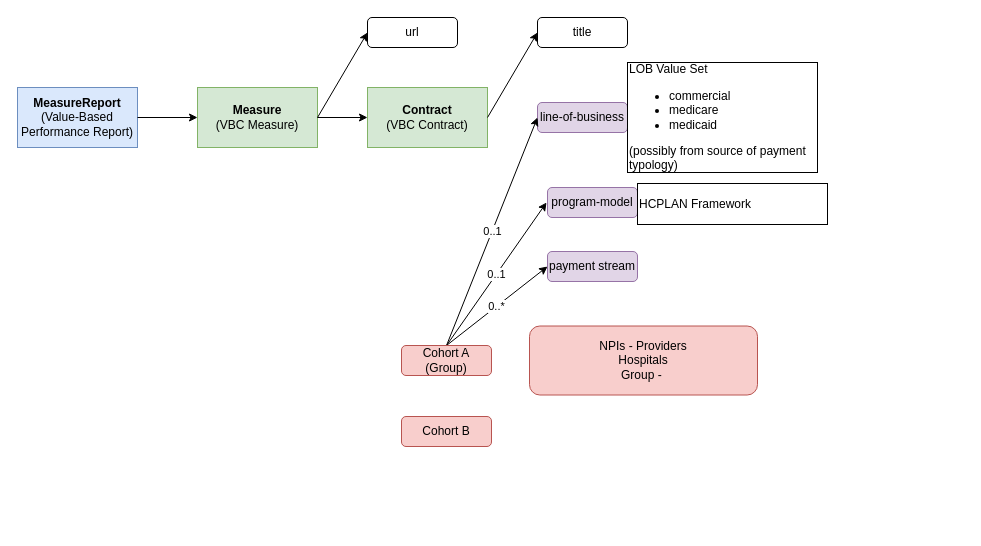
Before: page "VBPRMeasureReport-Measure-Contract" (4 of 14) of input/images/Source/vbpr.drawio in HL7/davinci-vbpr, a draw.io diagram. Source tidied: cells renumbered, new cells numbered last; positions are measured from the earlier drawing's top-left corner, leaving out a move shared by most shapes. Both pictures are drawn from the tidied source at 100%, with x=0, y=0 at pixel (17, 17).
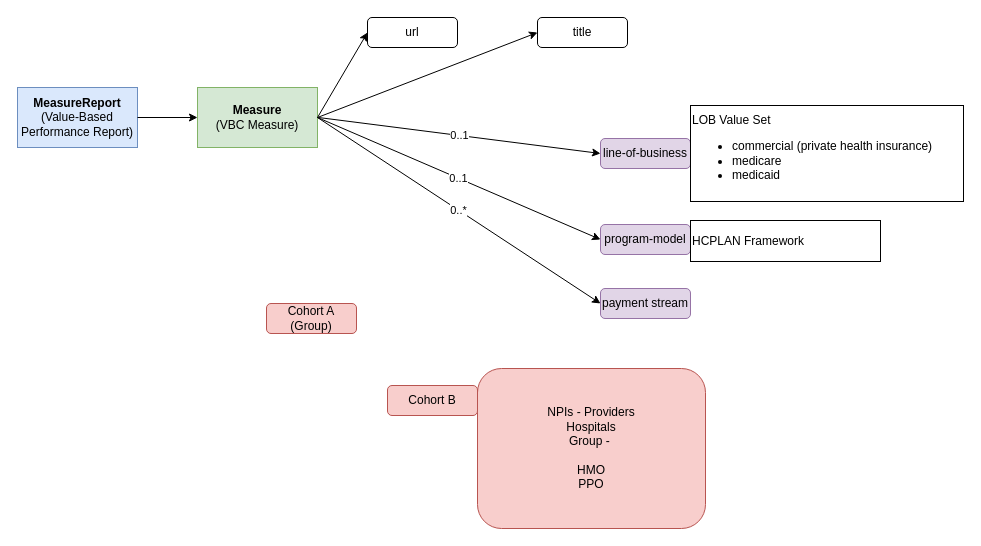
The same diagram, later.

Commit message (it also covers changes not shown here):
updated measureReport (stratum), removed contract

The change refers to these unchanged cells:
```xml
<mxCell id="2" value="&lt;b&gt;Measure&lt;/b&gt;&lt;br&gt;(VBC Measure)" style="rounded=0;whiteSpace=wrap;html=1;fillColor=#d5e8d4;strokeColor=#82b366;" parent="1" vertex="1">
  <mxGeometry x="180" y="70" width="120" height="60" as="geometry" />
</mxCell>
<mxCell id="8" value="title" style="rounded=1;whiteSpace=wrap;html=1;" parent="1" vertex="1">
  <mxGeometry x="520" width="90" height="30" as="geometry" />
</mxCell>
```

What changed in the source:
```diff
@@
-    <mxCell id="3" value="&lt;b&gt;Contract&lt;/b&gt;&lt;br&gt;(VBC Contract)" style="rounded=0;whiteSpace=wrap;html=1;fillColor=#d5e8d4;strokeColor=#82b366;" parent="1" vertex="1">
-      <mxGeometry x="350" y="70" width="120" height="60" as="geometry" />
-    </mxCell>
@@
-    <mxCell id="5" style="endArrow=classic;html=1;rounded=0;exitX=1;exitY=0.5;exitDx=0;exitDy=0;entryX=0;entryY=0.5;entryDx=0;entryDy=0;" parent="1" edge="1" source="2" target="3">
-      <mxGeometry relative="1" as="geometry" />
-    </mxCell>
@@
     <mxCell id="7" value="line-of-business" style="rounded=1;whiteSpace=wrap;html=1;fillColor=#e1d5e7;strokeColor=#9673a6;" parent="1" vertex="1">
-      <mxGeometry x="520" y="85" width="90" height="30" as="geometry" />
+      <mxGeometry x="583" y="121" width="90" height="30" as="geometry" />
     </mxCell>
@@
-    <mxCell id="9" value="LOB Value Set&lt;br&gt;&lt;blockquote style=&quot;margin: 0 0 0 40px; border: none; padding: 0px;&quot;&gt;&lt;/blockquote&gt;&lt;ul&gt;&lt;li&gt;commercial&lt;/li&gt;&lt;li&gt;medicare&amp;nbsp;&lt;/li&gt;&lt;li&gt;medicaid&amp;nbsp;&lt;/li&gt;&lt;/ul&gt;&lt;div&gt;(possibly from source of payment typology)&lt;/div&gt;&lt;blockquote style=&quot;margin: 0 0 0 40px; border: none; padding: 0px;&quot;&gt;&lt;/blockquote&gt;&lt;blockquote style=&quot;margin: 0 0 0 40px; border: none; padding: 0px;&quot;&gt;&lt;/blockquote&gt;&lt;blockquote style=&quot;margin: 0 0 0 40px; border: none; padding: 0px;&quot;&gt;&lt;/blockquote&gt;" style="rounded=0;whiteSpace=wrap;html=1;align=left;" parent="1" vertex="1">
-      <mxGeometry x="610" y="45" width="190" height="110" as="geometry" />
+    <mxCell id="9" value="LOB Value Set&lt;br&gt;&lt;blockquote style=&quot;margin: 0 0 0 40px; border: none; padding: 0px;&quot;&gt;&lt;/blockquote&gt;&lt;ul&gt;&lt;li&gt;commercial (private health insurance)&lt;/li&gt;&lt;li&gt;medicare&amp;nbsp;&lt;/li&gt;&lt;li&gt;medicaid&amp;nbsp;&lt;/li&gt;&lt;/ul&gt;&lt;blockquote style=&quot;margin: 0 0 0 40px; border: none; padding: 0px;&quot;&gt;&lt;/blockquote&gt;&lt;blockquote style=&quot;margin: 0 0 0 40px; border: none; padding: 0px;&quot;&gt;&lt;/blockquote&gt;&lt;blockquote style=&quot;margin: 0 0 0 40px; border: none; padding: 0px;&quot;&gt;&lt;/blockquote&gt;" style="rounded=0;whiteSpace=wrap;html=1;align=left;" parent="1" vertex="1">
+      <mxGeometry x="673" y="88" width="273" height="96" as="geometry" />
     </mxCell>
-    <mxCell id="10" style="endArrow=classic;html=1;rounded=0;exitX=1;exitY=0.5;exitDx=0;exitDy=0;entryX=0;entryY=0.5;entryDx=0;entryDy=0;" parent="1" edge="1" source="3" target="8">
+    <mxCell id="10" style="endArrow=classic;html=1;rounded=0;exitX=1;exitY=0.5;exitDx=0;exitDy=0;entryX=0;entryY=0.5;entryDx=0;entryDy=0;" parent="1" edge="1" source="2" target="8">
       <mxGeometry relative="1" as="geometry" />
     </mxCell>
-    <mxCell id="11" value="0..1" style="endArrow=classic;html=1;rounded=0;exitX=0.5;exitY=0;exitDx=0;exitDy=0;entryX=0;entryY=0.5;entryDx=0;entryDy=0;" parent="1" edge="1" source="21" target="7">
-      <mxGeometry relative="1" as="geometry" />
+    <mxCell id="11" value="0..1" style="endArrow=classic;html=1;rounded=0;entryX=0;entryY=0.5;entryDx=0;entryDy=0;" parent="1" edge="1" target="7">
+      <mxGeometry relative="1" as="geometry">
+        <mxPoint x="301" y="100" as="sourcePoint" />
+      </mxGeometry>
     </mxCell>
-    <mxCell id="12" style="endArrow=classic;html=1;rounded=0;exitX=1;exitY=0.5;exitDx=0;exitDy=0;entryX=0;entryY=0.5;entryDx=0;entryDy=0;" parent="1" edge="1" source="7" target="9">
-      <mxGeometry relative="1" as="geometry" />
-    </mxCell>
@@
     <mxCell id="14" value="payment stream" style="rounded=1;whiteSpace=wrap;html=1;fillColor=#e1d5e7;strokeColor=#9673a6;" parent="1" vertex="1">
-      <mxGeometry x="530" y="234" width="90" height="30" as="geometry" />
+      <mxGeometry x="583" y="271" width="90" height="30" as="geometry" />
     </mxCell>
-    <mxCell id="15" value="0..1" style="endArrow=classic;html=1;rounded=0;exitX=0.5;exitY=0;exitDx=0;exitDy=0;" parent="1" edge="1" source="21">
-      <mxGeometry relative="1" as="geometry">
-        <mxPoint x="529" y="185" as="targetPoint" />
-      </mxGeometry>
+    <mxCell id="15" value="0..1" style="endArrow=classic;html=1;rounded=0;entryX=0;entryY=0.5;entryDx=0;entryDy=0;exitX=1;exitY=0.5;exitDx=0;exitDy=0;" parent="1" edge="1" source="2" target="17">
+      <mxGeometry relative="1" as="geometry" />
     </mxCell>
@@
     <mxCell id="17" value="program-model" style="rounded=1;whiteSpace=wrap;html=1;fillColor=#e1d5e7;strokeColor=#9673a6;" parent="1" vertex="1">
-      <mxGeometry x="530" y="170" width="90" height="30" as="geometry" />
+      <mxGeometry x="583" y="207" width="90" height="30" as="geometry" />
     </mxCell>
-    <mxCell id="18" value="0..*" style="endArrow=classic;html=1;rounded=0;exitX=0.5;exitY=0;exitDx=0;exitDy=0;entryX=0;entryY=0.5;entryDx=0;entryDy=0;" parent="1" edge="1" source="21" target="14">
+    <mxCell id="18" value="0..*" style="endArrow=classic;html=1;rounded=0;exitX=1;exitY=0.5;exitDx=0;exitDy=0;entryX=0;entryY=0.5;entryDx=0;entryDy=0;" parent="1" edge="1" source="2" target="14">
       <mxGeometry relative="1" as="geometry" />
     </mxCell>
     <mxCell id="19" value="HCPLAN Framework&lt;br&gt;&lt;blockquote style=&quot;margin: 0 0 0 40px; border: none; padding: 0px;&quot;&gt;&lt;/blockquote&gt;&lt;blockquote style=&quot;margin: 0 0 0 40px; border: none; padding: 0px;&quot;&gt;&lt;/blockquote&gt;&lt;blockquote style=&quot;margin: 0 0 0 40px; border: none; padding: 0px;&quot;&gt;&lt;/blockquote&gt;" style="rounded=0;whiteSpace=wrap;html=1;align=left;" parent="1" vertex="1">
-      <mxGeometry x="620" y="166" width="190" height="41" as="geometry" />
+      <mxGeometry x="673" y="203" width="190" height="41" as="geometry" />
     </mxCell>
-    <mxCell id="20" value="NPIs - Providers&lt;br&gt;Hospitals&lt;br&gt;Group -&amp;nbsp;" style="rounded=1;whiteSpace=wrap;html=1;fillColor=#f8cecc;strokeColor=#b85450;" parent="1" vertex="1">
-      <mxGeometry x="512" y="308.5" width="228" height="69" as="geometry" />
+    <mxCell id="20" value="NPIs - Providers&lt;br&gt;Hospitals&lt;br&gt;Group -&amp;nbsp;&lt;br&gt;&lt;br&gt;HMO&lt;br&gt;PPO" style="rounded=1;whiteSpace=wrap;html=1;fillColor=#f8cecc;strokeColor=#b85450;" parent="1" vertex="1">
+      <mxGeometry x="460" y="351" width="228" height="160" as="geometry" />
     </mxCell>
+    <mxCell id="22" value="Cohort B" style="rounded=1;whiteSpace=wrap;html=1;fillColor=#f8cecc;strokeColor=#b85450;" parent="1" vertex="1">
+      <mxGeometry x="370" y="368" width="90" height="30" as="geometry" />
+    </mxCell>
     <mxCell id="21" value="Cohort A&lt;br&gt;(Group)" style="rounded=1;whiteSpace=wrap;html=1;fillColor=#f8cecc;strokeColor=#b85450;" parent="1" vertex="1">
-      <mxGeometry x="384" y="328" width="90" height="30" as="geometry" />
+      <mxGeometry x="249" y="286" width="90" height="30" as="geometry" />
     </mxCell>
-    <mxCell id="22" value="Cohort B" style="rounded=1;whiteSpace=wrap;html=1;fillColor=#f8cecc;strokeColor=#b85450;" parent="1" vertex="1">
-      <mxGeometry x="384" y="399" width="90" height="30" as="geometry" />
-    </mxCell>
```
